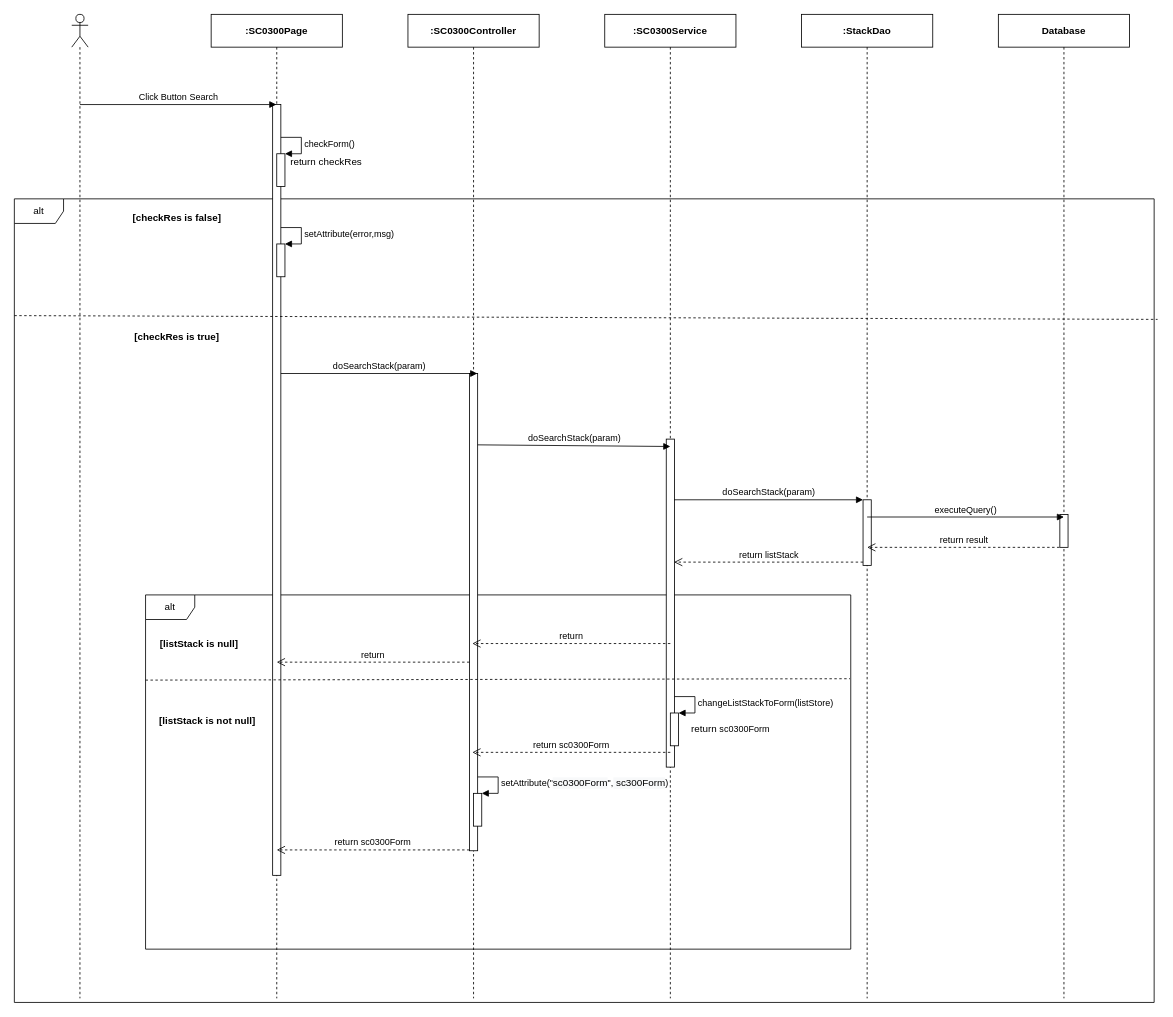
luannmdev/CapstoneDocument keeps this draw.io diagram as page "Ev02" (2 of 4) of 2. Approved/SEQ Diagram/sc03/SC0300_StackManage.drawio. Above is the earlier version. Source tidied: cells renumbered, new cells numbered last; positions are measured from the earlier drawing's top-left corner, leaving out a move shared by most shapes. Both pictures are drawn from the tidied source at 82%, with x=0, y=0 at pixel (14, 14).
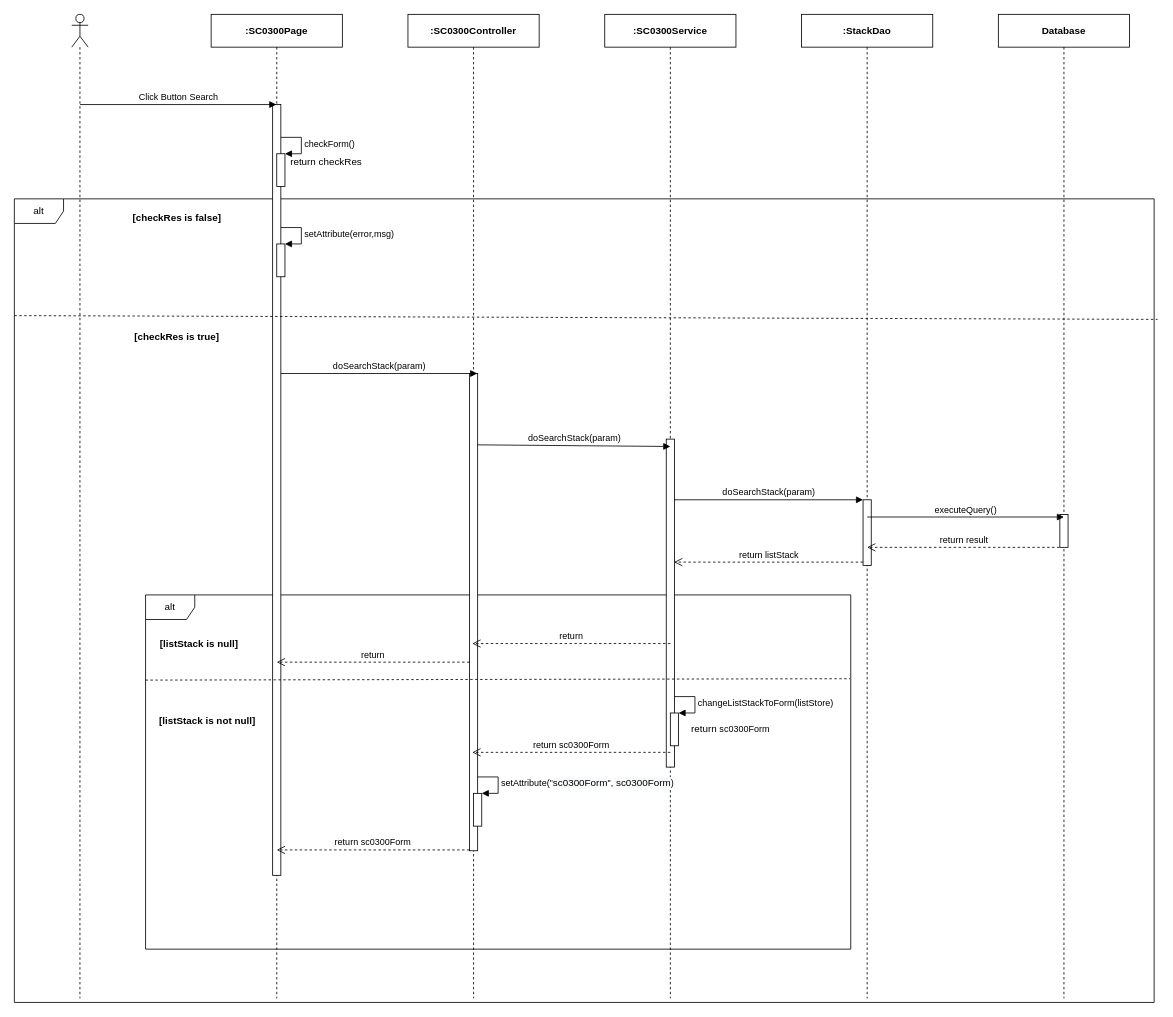
The same diagram, later.

The change refers to these unchanged cells:
```xml
<mxCell id="11" value="&lt;b&gt;:SC0300Controller&lt;/b&gt;" style="shape=umlLifeline;perimeter=lifelinePerimeter;whiteSpace=wrap;html=1;" parent="1" vertex="1">
  <mxGeometry x="480" width="160" height="1200" as="geometry" />
</mxCell>
<mxCell id="13" style="html=1;points=[];perimeter=orthogonalPerimeter;" parent="11" vertex="1">
  <mxGeometry x="80" y="950" width="10" height="40" as="geometry" />
</mxCell>
```

What changed in the source:
```diff
@@
-    <mxCell id="14" value="&lt;div style=&quot;text-align: center&quot;&gt;setAttribute(&quot;&lt;span style=&quot;font-size: 12px ; text-align: center ; background-color: rgb(248 , 249 , 250)&quot;&gt;sc0300Form&lt;/span&gt;&quot;,&lt;span style=&quot;font-size: 12px ; background-color: rgb(248 , 249 , 250)&quot;&gt;&amp;nbsp;sc300Form&lt;/span&gt;)&lt;/div&gt;" style="edgeStyle=orthogonalEdgeStyle;html=1;align=left;spacingLeft=2;endArrow=block;rounded=0;entryX=1;entryY=0;" parent="11" edge="1" target="13">
+    <mxCell id="14" value="&lt;div style=&quot;text-align: center&quot;&gt;setAttribute(&quot;&lt;span style=&quot;font-size: 12px ; text-align: center ; background-color: rgb(248 , 249 , 250)&quot;&gt;sc0300Form&lt;/span&gt;&quot;,&lt;span style=&quot;font-size: 12px ; background-color: rgb(248 , 249 , 250)&quot;&gt;&amp;nbsp;sc0300Form&lt;/span&gt;)&lt;/div&gt;" style="edgeStyle=orthogonalEdgeStyle;html=1;align=left;spacingLeft=2;endArrow=block;rounded=0;entryX=1;entryY=0;" parent="11" edge="1" target="13">
       <mxGeometry relative="1" as="geometry">
         <mxPoint x="85" y="930" as="sourcePoint" />
         <Array as="points">
           <mxPoint x="110" y="930" />
         </Array>
       </mxGeometry>
     </mxCell>
```
